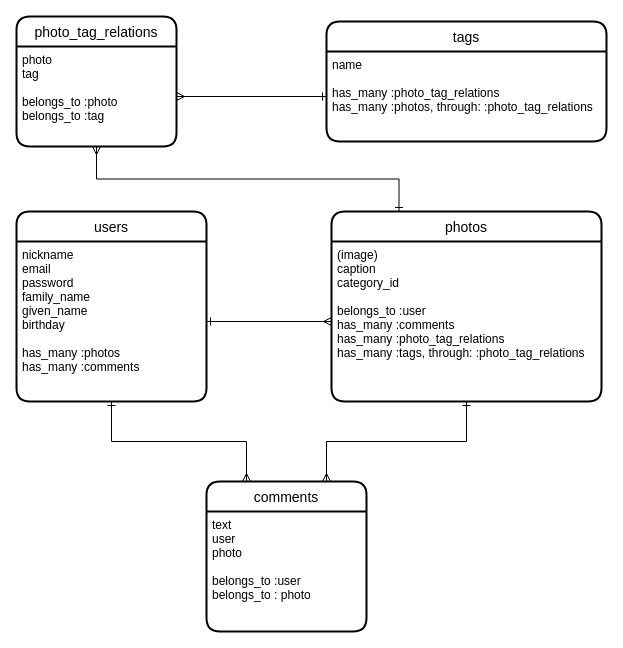
Before: ER_petput.dio in MitsuTurtle/petput, a draw.io diagram. Source tidied: cells renumbered, new cells numbered last; positions are measured from the earlier drawing's top-left corner, leaving out a move shared by most shapes. Both pictures are drawn from the tidied source at 100%, with x=0, y=0 at pixel (16, 16).
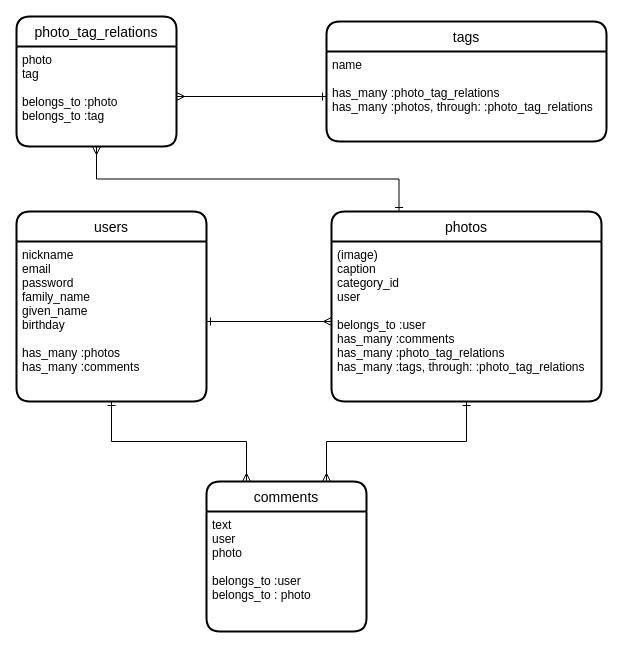
Above is the later version.

Commit message (it also covers changes not shown here):
READEME、ER図修正

What changed in the source:
```diff
@@
 <mxGraphModel>
   <root>
     <mxCell id="0" />
     <mxCell id="1" parent="0" />
     <mxCell id="2" style="edgeStyle=orthogonalEdgeStyle;rounded=0;jettySize=auto;html=1;exitX=0.5;exitY=1;exitDx=0;exitDy=0;entryX=0.25;entryY=0;entryDx=0;entryDy=0;endArrow=ERmany;endFill=0;startArrow=ERone;startFill=0;" parent="1" edge="1" source="16" target="7">
       <mxGeometry relative="1" as="geometry" />
     </mxCell>
     <mxCell id="3" style="edgeStyle=orthogonalEdgeStyle;rounded=0;jettySize=auto;html=1;exitX=0.5;exitY=1;exitDx=0;exitDy=0;entryX=0.75;entryY=0;entryDx=0;entryDy=0;endArrow=ERmany;endFill=0;startArrow=ERone;startFill=0;" parent="1" edge="1" source="14" target="7">
       <mxGeometry relative="1" as="geometry" />
     </mxCell>
     <mxCell id="4" style="edgeStyle=orthogonalEdgeStyle;rounded=0;jettySize=auto;html=1;exitX=1;exitY=0.5;exitDx=0;exitDy=0;entryX=0;entryY=0.5;entryDx=0;entryDy=0;startArrow=ERone;startFill=0;endArrow=ERmany;endFill=0;" parent="1" edge="1" source="16" target="14">
       <mxGeometry relative="1" as="geometry" />
     </mxCell>
     <mxCell id="5" style="edgeStyle=orthogonalEdgeStyle;rounded=0;jettySize=auto;html=1;exitX=0;exitY=0.5;exitDx=0;exitDy=0;entryX=1;entryY=0.5;entryDx=0;entryDy=0;startArrow=ERone;startFill=0;endArrow=ERmany;endFill=0;strokeWidth=1;endSize=6;" parent="1" edge="1" source="12" target="10">
       <mxGeometry relative="1" as="geometry" />
     </mxCell>
     <mxCell id="6" style="edgeStyle=orthogonalEdgeStyle;rounded=0;jettySize=auto;html=1;exitX=0.25;exitY=0;exitDx=0;exitDy=0;startArrow=ERone;startFill=0;endArrow=ERmany;endFill=0;entryX=0.5;entryY=1;entryDx=0;entryDy=0;" parent="1" edge="1" source="13" target="10">
       <mxGeometry relative="1" as="geometry" />
     </mxCell>
     <mxCell id="7" value="comments" style="swimlane;horizontal=1;startSize=30;rounded=1;fontSize=14;fontStyle=0;strokeWidth=2;shadow=0;dashed=0;align=center;" parent="1" vertex="1">
       <mxGeometry x="190" y="465" width="160" height="150" as="geometry" />
     </mxCell>
     <mxCell id="8" value="text&#10;user&#10;photo&#10;&#10;belongs_to :user&#10;belongs_to : photo&#10;" style="align=left;strokeColor=none;fillColor=none;spacingLeft=4;fontSize=12;verticalAlign=top;" parent="7" vertex="1">
       <mxGeometry y="30" width="160" height="120" as="geometry" />
     </mxCell>
     <mxCell id="9" value="photo_tag_relations" style="swimlane;horizontal=1;startSize=30;rounded=1;fontSize=14;fontStyle=0;strokeWidth=2;shadow=0;dashed=0;align=center;" parent="1" vertex="1">
       <mxGeometry width="160" height="130" as="geometry" />
     </mxCell>
     <mxCell id="10" value="photo&#10;tag&#10;&#10;belongs_to :photo&#10;belongs_to :tag" style="align=left;strokeColor=none;fillColor=none;spacingLeft=4;fontSize=12;verticalAlign=top;" parent="9" vertex="1">
       <mxGeometry y="30" width="160" height="100" as="geometry" />
     </mxCell>
     <mxCell id="11" value="tags" style="swimlane;horizontal=1;startSize=30;rounded=1;fontSize=14;fontStyle=0;strokeWidth=2;shadow=0;dashed=0;align=center;" parent="1" vertex="1">
       <mxGeometry x="310" y="5" width="280" height="120" as="geometry" />
     </mxCell>
     <mxCell id="12" value="name&#10;&#10;has_many :photo_tag_relations&#10;has_many :photos, through: :photo_tag_relations" style="align=left;strokeColor=none;fillColor=none;spacingLeft=4;fontSize=12;verticalAlign=top;" parent="11" vertex="1">
       <mxGeometry y="30" width="280" height="90" as="geometry" />
     </mxCell>
     <mxCell id="13" value="photos" style="swimlane;horizontal=1;startSize=30;rounded=1;fontSize=14;fontStyle=0;strokeWidth=2;shadow=0;dashed=0;align=center;" parent="1" vertex="1">
       <mxGeometry x="315" y="195" width="270" height="190" as="geometry" />
     </mxCell>
-    <mxCell id="14" value="(image)&#10;caption&#10;category_id&#10;&#10;belongs_to :user&#10;has_many :comments&#10;has_many :photo_tag_relations&#10;has_many :tags, through: :photo_tag_relations" style="align=left;strokeColor=none;fillColor=none;spacingLeft=4;fontSize=12;verticalAlign=top;" parent="13" vertex="1">
+    <mxCell id="14" value="(image)&#10;caption&#10;category_id&#10;user&#10;&#10;belongs_to :user&#10;has_many :comments&#10;has_many :photo_tag_relations&#10;has_many :tags, through: :photo_tag_relations" style="align=left;strokeColor=none;fillColor=none;spacingLeft=4;fontSize=12;verticalAlign=top;" parent="13" vertex="1">
       <mxGeometry y="30" width="270" height="160" as="geometry" />
     </mxCell>
     <mxCell id="15" value="users" style="swimlane;horizontal=1;startSize=30;rounded=1;fontSize=14;fontStyle=0;strokeWidth=2;shadow=0;dashed=0;align=center;" parent="1" vertex="1">
       <mxGeometry y="195" width="190" height="190" as="geometry" />
     </mxCell>
     <mxCell id="16" value="nickname&#10;email&#10;password&#10;family_name&#10;given_name&#10;birthday&#10;&#10;has_many :photos&#10;has_many :comments" style="align=left;strokeColor=none;fillColor=none;spacingLeft=4;fontSize=12;verticalAlign=top;" parent="15" vertex="1">
       <mxGeometry y="30" width="190" height="160" as="geometry" />
     </mxCell>
   </root>
 </mxGraphModel>
```
